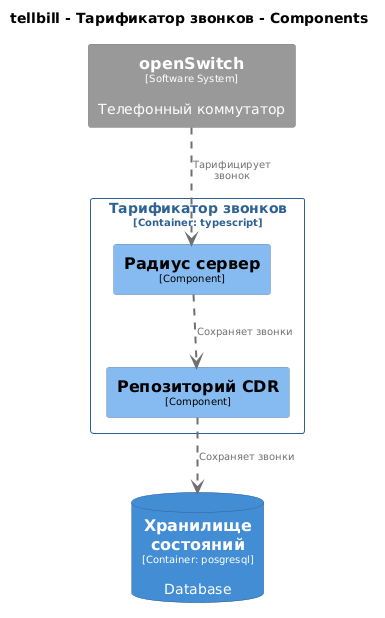
Above: docs/c4-dsl/plantuml/png/structurizr-Component_acc.png in lfuuu/Diplom (PlantUML), before the change.
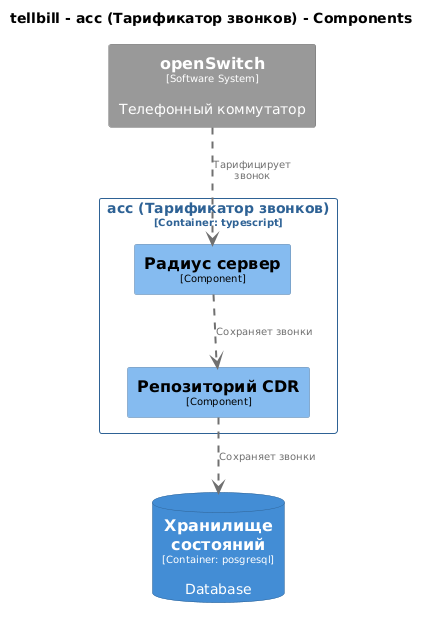
The same diagram one commit later.

Diff of the diagram source:
```diff
@@ -1,6 +1,6 @@
 @startuml
 set separator none
-title tellbill - Тарификатор звонков - Components
+title tellbill - acc (Тарификатор звонков) - Components
 
 top to bottom direction
 
@@ -19,13 +19,13 @@
   BorderColor #6b6b6b
   shadowing false
 }
-skinparam rectangle<<tellbill.Тарификаторзвонков.Радиуссервер>> {
+skinparam rectangle<<tellbill.accТарификаторзвонков.Радиуссервер>> {
   BackgroundColor #85bbf0
   FontColor #000000
   BorderColor #5d82a8
   shadowing false
 }
-skinparam rectangle<<tellbill.Тарификаторзвонков.РепозиторийCDR>> {
+skinparam rectangle<<tellbill.accТарификаторзвонков.РепозиторийCDR>> {
   BackgroundColor #85bbf0
   FontColor #000000
   BorderColor #5d82a8
@@ -37,7 +37,7 @@
   BorderColor #2e6295
   shadowing false
 }
-skinparam rectangle<<tellbill.Тарификаторзвонков>> {
+skinparam rectangle<<tellbill.accТарификаторзвонков>> {
   BorderColor #2e6295
   FontColor #2e6295
   shadowing false
@@ -46,12 +46,12 @@
 rectangle "==openSwitch\n<size:10>[Software System]</size>\n\nТелефонный коммутатор" <<openSwitch>> as openSwitch
 database "==Хранилище состояний\n<size:10>[Container: posgresql]</size>\n\nDatabase" <<tellbill.Хранилищесостояний>> as tellbill.Хранилищесостояний
 
-rectangle "Тарификатор звонков\n<size:10>[Container: typescript]</size>" <<tellbill.Тарификаторзвонков>> {
-  rectangle "==Репозиторий CDR\n<size:10>[Component]</size>" <<tellbill.Тарификаторзвонков.РепозиторийCDR>> as tellbill.Тарификаторзвонков.РепозиторийCDR
-  rectangle "==Радиус сервер\n<size:10>[Component]</size>" <<tellbill.Тарификаторзвонков.Радиуссервер>> as tellbill.Тарификаторзвонков.Радиуссервер
+rectangle "acc (Тарификатор звонков)\n<size:10>[Container: typescript]</size>" <<tellbill.accТарификаторзвонков>> {
+  rectangle "==Репозиторий CDR\n<size:10>[Component]</size>" <<tellbill.accТарификаторзвонков.РепозиторийCDR>> as tellbill.accТарификаторзвонков.РепозиторийCDR
+  rectangle "==Радиус сервер\n<size:10>[Component]</size>" <<tellbill.accТарификаторзвонков.Радиуссервер>> as tellbill.accТарификаторзвонков.Радиуссервер
 }
 
-tellbill.Тарификаторзвонков.Радиуссервер .[#707070,thickness=2].> tellbill.Тарификаторзвонков.РепозиторийCDR : "<color:#707070>Сохраняет звонки"
-tellbill.Тарификаторзвонков.РепозиторийCDR .[#707070,thickness=2].> tellbill.Хранилищесостояний : "<color:#707070>Сохраняет звонки"
-openSwitch .[#707070,thickness=2].> tellbill.Тарификаторзвонков.Радиуссервер : "<color:#707070>Тарифицирует звонок"
+tellbill.accТарификаторзвонков.Радиуссервер .[#707070,thickness=2].> tellbill.accТарификаторзвонков.РепозиторийCDR : "<color:#707070>Сохраняет звонки"
+tellbill.accТарификаторзвонков.РепозиторийCDR .[#707070,thickness=2].> tellbill.Хранилищесостояний : "<color:#707070>Сохраняет звонки"
+openSwitch .[#707070,thickness=2].> tellbill.accТарификаторзвонков.Радиуссервер : "<color:#707070>Тарифицирует звонок"
 @enduml
```
